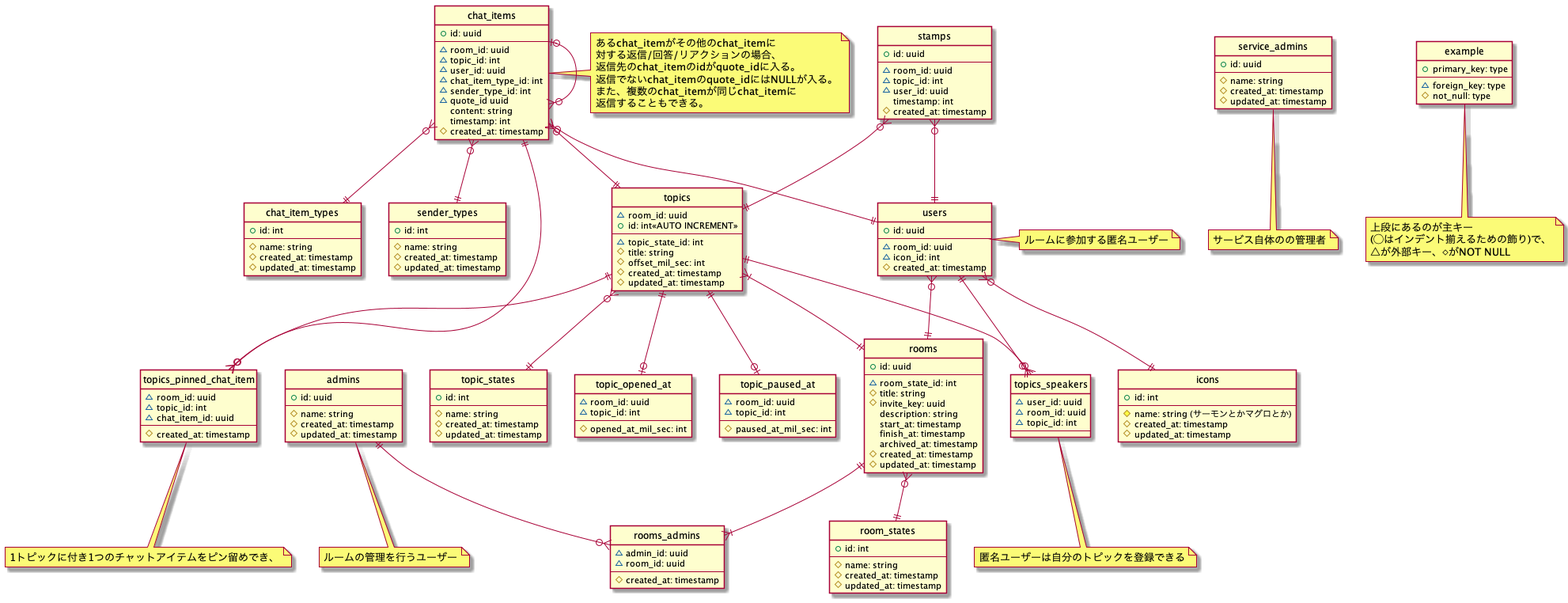
The PlantUML diagram doc/ER/ER_logic.png in osushi-academy/sushi-chat, before a commit. Source of this version:
```plantuml
@startuml er

hide circle
skinparam inetype ortho

entity users {
    +id: uuid
    --
    ~room_id: uuid
    ~icon_id: int
    #created_at: timestamp
}
note right: ルームに参加する匿名ユーザー

entity topics_speakers{
    ~user_id: uuid
    ~room_id: uuid
    ~topic_id: int
    --
}
note bottom: 匿名ユーザーは自分のトピックを登録できる

entity admins {
    +id: uuid
    --
    #name: string
    #created_at: timestamp
    #updated_at: timestamp
}
note bottom: ルームの管理を行うユーザー

entity rooms_admins {
    ~admin_id: uuid
    ~room_id: uuid
    --
    #created_at: timestamp
}

entity service_admins {
    +id: uuid
    --
    #name: string
    #created_at: timestamp
    #updated_at: timestamp
}
note bottom: サービス自体のの管理者

entity icons {
    +id: int
    --
    #name: string (サーモンとかマグロとか)
    #created_at: timestamp
    #updated_at: timestamp
}

entity rooms {
    +id: uuid
    --
    ~room_state_id: int
    #title: string
    #invite_key: uuid
    description: string
    start_at: timestamp
    finish_at: timestamp
    archived_at: timestamp
    #created_at: timestamp
    #updated_at: timestamp
}

entity room_states {
    +id: int
    --
    #name: string
    #created_at: timestamp
    #updated_at: timestamp
}

entity topics {
    ~room_id: uuid
    +id: int<<AUTO INCREMENT>>
    --
    ~topic_state_id: int
    #title: string
    #offset_mil_sec: int
    #created_at: timestamp
    #updated_at: timestamp
}

entity topics_pinned_chat_item {
    ~room_id: uuid
    ~topic_id: int
    ~chat_item_id: uuid
    --
    #created_at: timestamp
}
note bottom of topics_pinned_chat_item
  1トピックに付き1つのチャットアイテムをピン留めでき、
end note

entity topic_states {
    +id: int
    --
    #name: string
    #created_at: timestamp
    #updated_at: timestamp
}

entity topic_opened_at {
    ~room_id: uuid
    ~topic_id: int
    --
    #opened_at_mil_sec: int
}

entity topic_paused_at{
    ~room_id: uuid
    ~topic_id: int
    --
    #paused_at_mil_sec: int
}

entity chat_items {
    +id: uuid
    --
    ~room_id: uuid
    ~topic_id: int
    ~user_id: uuid
    ~chat_item_type_id: int
    ~sender_type_id: int
    ~quote_id uuid
    content: string
    timestamp: int
    #created_at: timestamp
}
note right of chat_items
 あるchat_itemがその他のchat_itemに
 対する返信/回答/リアクションの場合、
 返信先のchat_itemのidがquote_idに入る。
 返信でないchat_itemのquote_idにはNULLが入る。
 また、複数のchat_itemが同じchat_itemに
 返信することもできる。
end note

entity chat_item_types {
    +id: int
    --
    #name: string
    #created_at: timestamp
    #updated_at: timestamp
}

entity sender_types {
    +id: int
    --
    #name: string
    #created_at: timestamp
    #updated_at: timestamp
}

entity stamps {
    +id: uuid
    --
    ~room_id: uuid
    ~topic_id: int
    ~user_id: uuid
    timestamp: int
    #created_at: timestamp
}

users }o--|| icons
users }o--|| rooms
users ||--o{ topics_speakers
topics ||--o{ topics_speakers
admins ||--o{ rooms_admins
rooms ||--|{ rooms_admins
rooms }o--|| room_states
topics }|--|| rooms
topics ||--o{ topics_pinned_chat_item
topics }o--|| topic_states
topics ||--o| topic_opened_at
topics ||--o| topic_paused_at
chat_items||--o{ topics_pinned_chat_item
chat_items }o--|| topics
chat_items }o--|| users
chat_items }o--|| chat_item_types
chat_items |o--o{ chat_items
chat_items }o--|| sender_types
stamps }o--|| topics
stamps }o--|| users

entity example {
    +primary_key: type
    --
    ~foreign_key: type
    #not_null: type
}
note bottom: 上段にあるのが主キー\n(◯はインデント揃えるための飾り)で、\n△が外部キー、◇がNOT NULL

@enduml
```
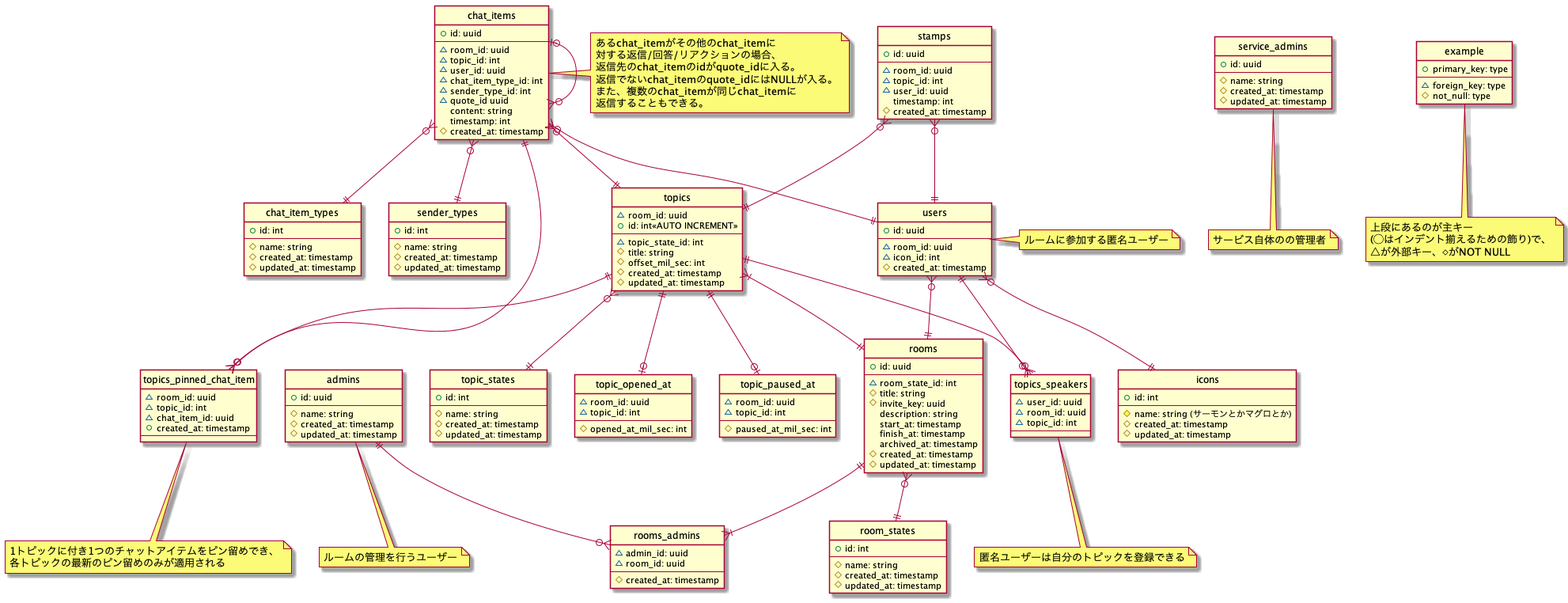
Above is the later version.

Commit message:
fix: made topics_pinned_chat_item.created_at primary key

Diff of the diagram source:
```diff
@@ -90,11 +90,12 @@
     ~room_id: uuid
     ~topic_id: int
     ~chat_item_id: uuid
+    +created_at: timestamp
     --
-    #created_at: timestamp
 }
 note bottom of topics_pinned_chat_item
   1トピックに付き1つのチャットアイテムをピン留めでき、
+  各トピックの最新のピン留めのみが適用される
 end note
 
 entity topic_states {
```
